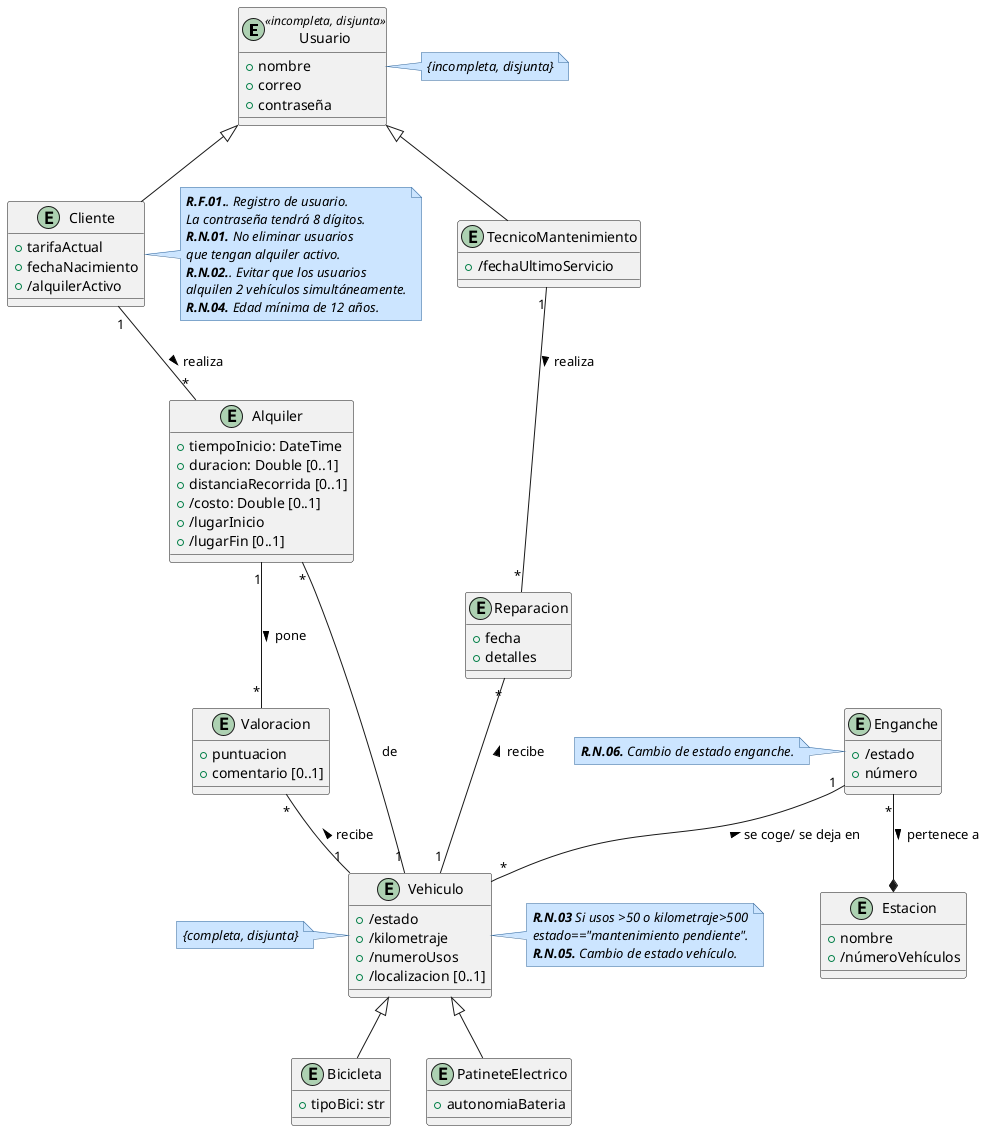
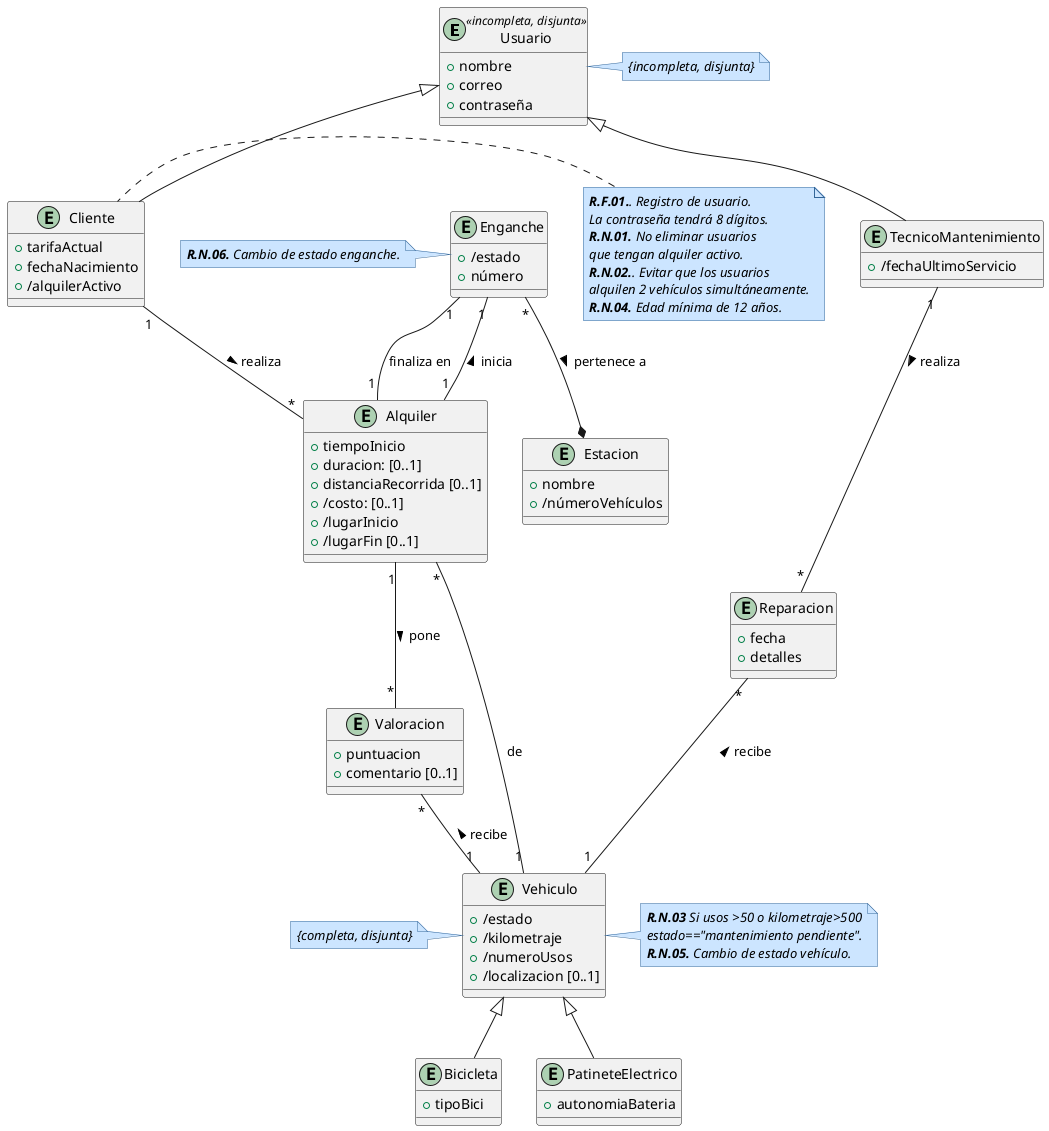
@startuml DiagramaClases

skinparam note {
  BackgroundColor #cce5ff
  BorderColor #336699
  FontStyle italic
}

entity Usuario<<incompleta, disjunta>> {
    +nombre
    +correo
    +contraseña
}
note right: {incompleta, disjunta}


entity Cliente {
    +tarifaActual
    +fechaNacimiento
    +/alquilerActivo
}
note left
'''
 **R.F.01.**. Registro de usuario.
 La contraseña tendrá 8 dígitos.
 **R.N.01.** No eliminar usuarios
 que tengan alquiler activo.
 **R.N.02.**. Evitar que los usuarios
 alquilen 2 vehículos simultáneamente.
 **R.N.04.** Edad mínima de 12 años.
'''
end note


entity TecnicoMantenimiento {
    +/fechaUltimoServicio
}

entity Reparacion {
    +fecha
    +detalles
}

entity Valoracion {
    +puntuacion
    +comentario [0..1]
}

/'
La distancia recorrida la cuenta el vehículo con un
medidor incorporado y solo se registra cuando termina el recorrido.
Por eso mismo no es derivada de lugar inicio o fin, porque si no si acabas
en el mismo sitio la distancia recorrida sería 0.
'/
entity Alquiler {
-     +tiempoInicio: DateTime
-     +duracion: Double [0..1]
+     +tiempoInicio
+     +duracion: [0..1]
    +distanciaRecorrida [0..1]
-     +/costo: Double [0..1]
+     +/costo: [0..1]
    +/lugarInicio
    +/lugarFin [0..1]
}

/'
La localización del vehículo se muestra cuando se guarda el vehículo.
No se guarda localización por GPS.
'/
entity Vehiculo {
    +/estado
    +/kilometraje
    +/numeroUsos
    +/localizacion [0..1]
}
note right
'''
 **R.N.03** Si usos >50 o kilometraje>500
 estado=="mantenimiento pendiente".
 **R.N.05.** Cambio de estado vehículo.
'''
end note
note left of Vehiculo: {completa, disjunta}

entity Estacion {
    +nombre
    +/númeroVehículos
}

entity Enganche {
    +/estado
    +número
}
note left
'''
 **R.N.06.** Cambio de estado enganche.
'''
end note

entity Bicicleta {
-     +tipoBici: str
+     +tipoBici
}

entity PatineteElectrico {
    +autonomiaBateria
}

Usuario <|-- Cliente
Usuario <|-- TecnicoMantenimiento

Enganche "*"--* Estacion : pertenece a >

'Relación directa valoraciones'
Alquiler "1"--"*" Valoracion : pone >
Valoracion "*"--"1" Vehiculo : recibe <

TecnicoMantenimiento "1"--"*" Reparacion : realiza >
Reparacion "*"--"1" Vehiculo : recibe <

- Enganche "1" --"*" Vehiculo : se coge/ se deja en <
+ Enganche "1" --"1" Alquiler: inicia <
+ Enganche "1" --"1" Alquiler: finaliza en


'Relacion de Alquileres'
Cliente "1"--"*"  Alquiler: realiza >

Alquiler "*"--"1" Vehiculo: de

Vehiculo <|-- Bicicleta
Vehiculo <|-- PatineteElectrico


@enduml